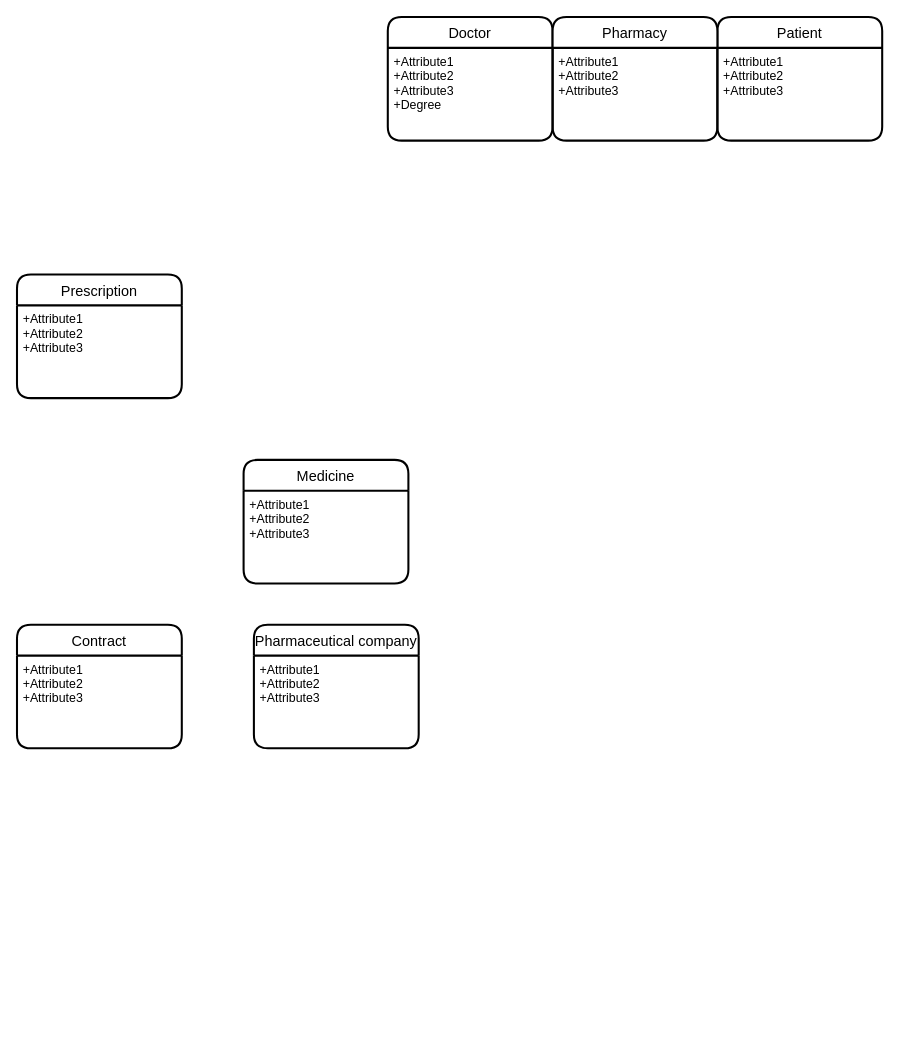
This is Untitled Diagram.drawio from yasharzb/Health-Management, a draw.io file, before an edit. Source tidied: cells renumbered, new cells numbered last; positions are measured from the earlier drawing's top-left corner, leaving out a move shared by most shapes. Both pictures are drawn from the tidied source at 103%, with x=0, y=0 at pixel (16, 16).
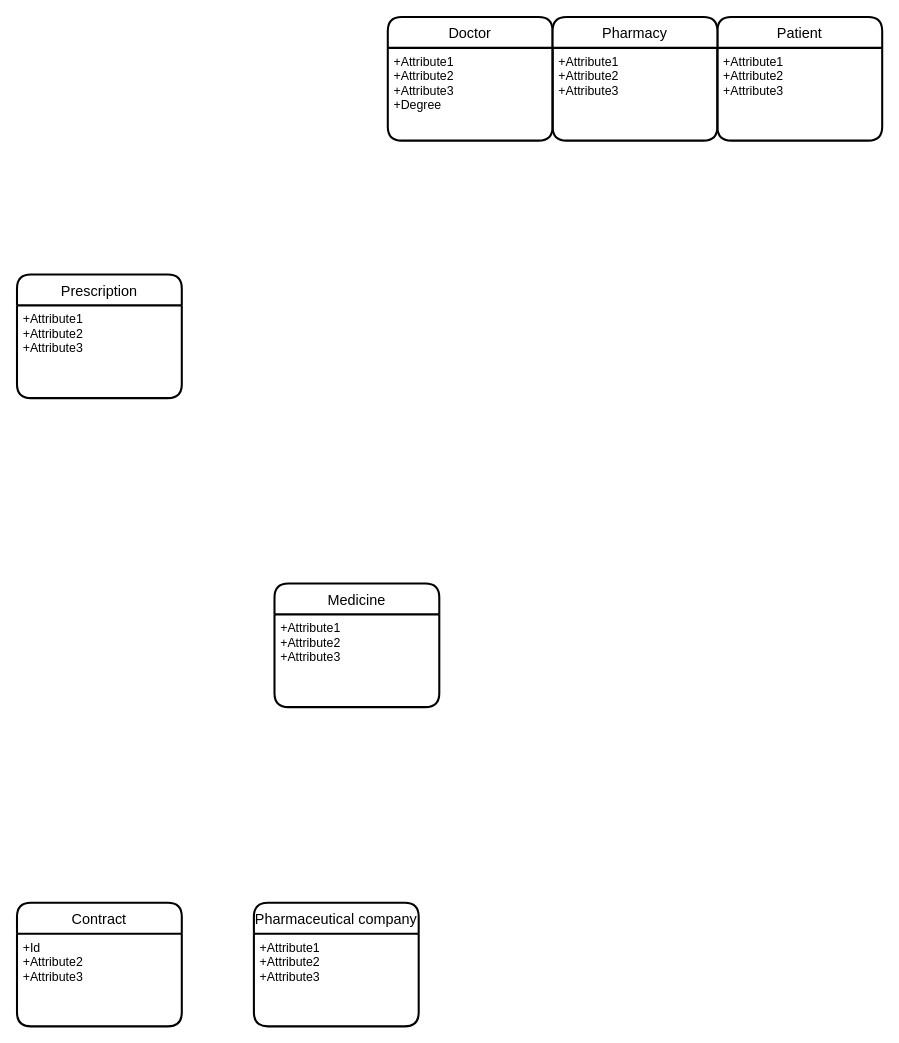
The same diagram, later.

The edit, as a diff of the source:
```diff
@@
 <mxGraphModel>
   <root>
     <mxCell id="0" />
     <mxCell id="1" parent="0" />
     <mxCell id="2" value="Doctor" style="swimlane;horizontal=1;startSize=30;rounded=1;fontSize=14;fontStyle=0;strokeWidth=2;shadow=0;dashed=0;align=center;" parent="1" vertex="1">
       <mxGeometry x="360" width="160" height="120" as="geometry" />
     </mxCell>
     <mxCell id="3" value="+Attribute1&#10;+Attribute2&#10;+Attribute3&#10;+Degree" style="align=left;strokeColor=none;fillColor=none;spacingLeft=4;fontSize=12;verticalAlign=top;" parent="2" vertex="1">
       <mxGeometry y="30" width="160" height="90" as="geometry" />
     </mxCell>
     <mxCell id="4" value="Medicine" style="swimlane;horizontal=1;startSize=30;rounded=1;fontSize=14;fontStyle=0;strokeWidth=2;shadow=0;dashed=0;align=center;" parent="1" vertex="1">
-      <mxGeometry x="220" y="430" width="160" height="120" as="geometry" />
+      <mxGeometry x="250" y="550" width="160" height="120" as="geometry" />
     </mxCell>
     <mxCell id="5" value="+Attribute1&#10;+Attribute2&#10;+Attribute3" style="align=left;strokeColor=none;fillColor=none;spacingLeft=4;fontSize=12;verticalAlign=top;" parent="4" vertex="1">
       <mxGeometry y="30" width="160" height="90" as="geometry" />
     </mxCell>
     <mxCell id="6" value="Patient" style="swimlane;horizontal=1;startSize=30;rounded=1;fontSize=14;fontStyle=0;strokeWidth=2;shadow=0;dashed=0;align=center;" parent="1" vertex="1">
       <mxGeometry x="680" width="160" height="120" as="geometry" />
     </mxCell>
     <mxCell id="7" value="+Attribute1&#10;+Attribute2&#10;+Attribute3" style="align=left;strokeColor=none;fillColor=none;spacingLeft=4;fontSize=12;verticalAlign=top;" parent="6" vertex="1">
       <mxGeometry y="30" width="160" height="90" as="geometry" />
     </mxCell>
     <mxCell id="8" value="Contract" style="swimlane;horizontal=1;startSize=30;rounded=1;fontSize=14;fontStyle=0;strokeWidth=2;shadow=0;dashed=0;align=center;" parent="1" vertex="1">
-      <mxGeometry y="590" width="160" height="120" as="geometry" />
+      <mxGeometry y="860" width="160" height="120" as="geometry" />
     </mxCell>
-    <mxCell id="9" value="+Attribute1&#10;+Attribute2&#10;+Attribute3" style="align=left;strokeColor=none;fillColor=none;spacingLeft=4;fontSize=12;verticalAlign=top;" parent="8" vertex="1">
+    <mxCell id="9" value="+Id&#10;+Attribute2&#10;+Attribute3" style="align=left;strokeColor=none;fillColor=none;spacingLeft=4;fontSize=12;verticalAlign=top;" parent="8" vertex="1">
       <mxGeometry y="30" width="160" height="90" as="geometry" />
     </mxCell>
     <mxCell id="10" value="Pharmaceutical company" style="swimlane;horizontal=1;startSize=30;rounded=1;fontSize=14;fontStyle=0;strokeWidth=2;shadow=0;dashed=0;align=center;" parent="1" vertex="1">
-      <mxGeometry x="230" y="590" width="160" height="120" as="geometry" />
+      <mxGeometry x="230" y="860" width="160" height="120" as="geometry" />
     </mxCell>
     <mxCell id="11" value="+Attribute1&#10;+Attribute2&#10;+Attribute3" style="align=left;strokeColor=none;fillColor=none;spacingLeft=4;fontSize=12;verticalAlign=top;" parent="10" vertex="1">
       <mxGeometry y="30" width="160" height="90" as="geometry" />
     </mxCell>
     <mxCell id="12" value="Pharmacy" style="swimlane;horizontal=1;startSize=30;rounded=1;fontSize=14;fontStyle=0;strokeWidth=2;shadow=0;dashed=0;align=center;" parent="1" vertex="1">
       <mxGeometry x="520" width="160" height="120" as="geometry" />
     </mxCell>
     <mxCell id="13" value="+Attribute1&#10;+Attribute2&#10;+Attribute3" style="align=left;strokeColor=none;fillColor=none;spacingLeft=4;fontSize=12;verticalAlign=top;" parent="12" vertex="1">
       <mxGeometry y="30" width="160" height="90" as="geometry" />
     </mxCell>
     <mxCell id="14" value="Prescription" style="swimlane;horizontal=1;startSize=30;rounded=1;fontSize=14;fontStyle=0;strokeWidth=2;shadow=0;dashed=0;align=center;" parent="1" vertex="1">
       <mxGeometry y="250" width="160" height="120" as="geometry" />
     </mxCell>
     <mxCell id="15" value="+Attribute1&#10;+Attribute2&#10;+Attribute3" style="align=left;strokeColor=none;fillColor=none;spacingLeft=4;fontSize=12;verticalAlign=top;" parent="14" vertex="1">
       <mxGeometry y="30" width="160" height="90" as="geometry" />
     </mxCell>
   </root>
 </mxGraphModel>
```
